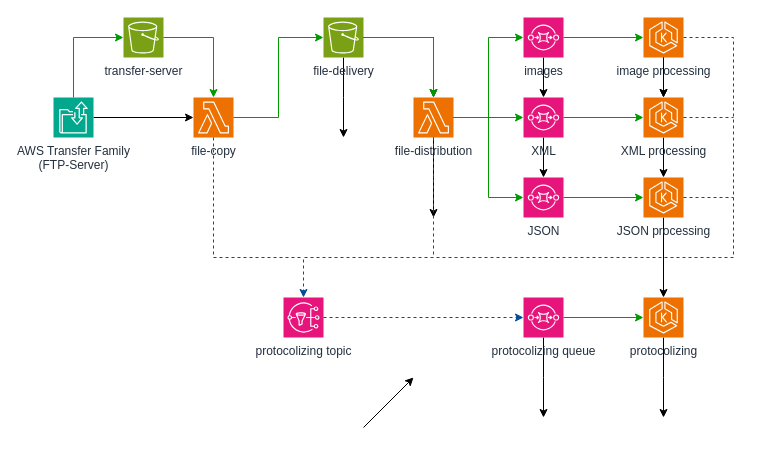
The draw.io diagram dist/samples/docker/img/example.drawio in jensvogt/awsmock, before the edit. Source tidied: cells renumbered, new cells numbered last; positions are measured from the earlier drawing's top-left corner, leaving out a move shared by most shapes. Both pictures are drawn from the tidied source at 100%, with x=0, y=0 at pixel (53, 17).
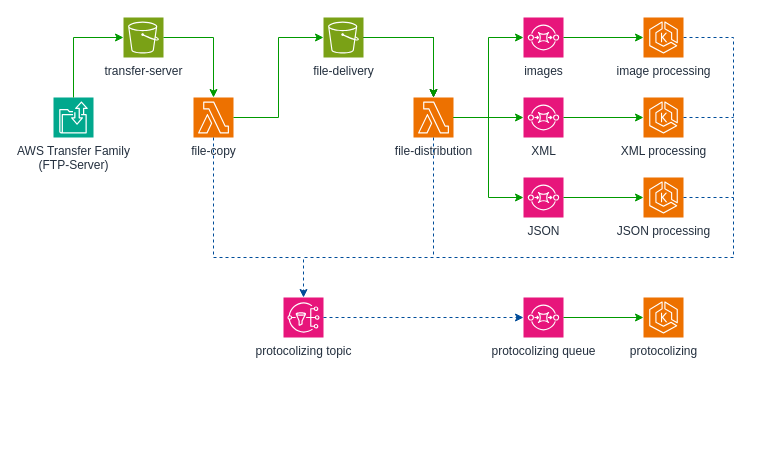
After the change.

Unchanged cells that the change refers to:
```xml
<mxCell id="6" value="AWS Transfer Family&lt;br&gt;(FTP-Server)" style="sketch=0;points=[[0,0,0],[0.25,0,0],[0.5,0,0],[0.75,0,0],[1,0,0],[0,1,0],[0.25,1,0],[0.5,1,0],[0.75,1,0],[1,1,0],[0,0.25,0],[0,0.5,0],[0,0.75,0],[1,0.25,0],[1,0.5,0],[1,0.75,0]];outlineConnect=0;fontColor=#232F3E;fillColor=#01A88D;strokeColor=#ffffff;dashed=0;verticalLabelPosition=bottom;verticalAlign=top;align=center;html=1;fontSize=12;fontStyle=0;shape=mxgraph.aws4.resourceIcon;resIcon=mxgraph.aws4.transfer_family;" parent="1" vertex="1">
  <mxGeometry y="80" width="40" height="40" as="geometry" />
</mxCell>
<mxCell id="7" value="file-copy" style="sketch=0;points=[[0,0,0],[0.25,0,0],[0.5,0,0],[0.75,0,0],[1,0,0],[0,1,0],[0.25,1,0],[0.5,1,0],[0.75,1,0],[1,1,0],[0,0.25,0],[0,0.5,0],[0,0.75,0],[1,0.25,0],[1,0.5,0],[1,0.75,0]];outlineConnect=0;fontColor=#232F3E;fillColor=#ED7100;strokeColor=#ffffff;dashed=0;verticalLabelPosition=bottom;verticalAlign=top;align=center;html=1;fontSize=12;fontStyle=0;shape=mxgraph.aws4.resourceIcon;resIcon=mxgraph.aws4.lambda;" parent="1" vertex="1">
  <mxGeometry x="140" y="80" width="40" height="40" as="geometry" />
</mxCell>
<mxCell id="12" value="file-delivery" style="sketch=0;points=[[0,0,0],[0.25,0,0],[0.5,0,0],[0.75,0,0],[1,0,0],[0,1,0],[0.25,1,0],[0.5,1,0],[0.75,1,0],[1,1,0],[0,0.25,0],[0,0.5,0],[0,0.75,0],[1,0.25,0],[1,0.5,0],[1,0.75,0]];outlineConnect=0;fontColor=#232F3E;fillColor=#7AA116;strokeColor=#ffffff;dashed=0;verticalLabelPosition=bottom;verticalAlign=top;align=center;html=1;fontSize=12;fontStyle=0;shape=mxgraph.aws4.resourceIcon;resIcon=mxgraph.aws4.s3;" parent="1" vertex="1">
  <mxGeometry x="270" width="40" height="40" as="geometry" />
</mxCell>
<mxCell id="15" value="file-distribution&lt;div&gt;&lt;br&gt;&lt;/div&gt;" style="sketch=0;points=[[0,0,0],[0.25,0,0],[0.5,0,0],[0.75,0,0],[1,0,0],[0,1,0],[0.25,1,0],[0.5,1,0],[0.75,1,0],[1,1,0],[0,0.25,0],[0,0.5,0],[0,0.75,0],[1,0.25,0],[1,0.5,0],[1,0.75,0]];outlineConnect=0;fontColor=#232F3E;fillColor=#ED7100;strokeColor=#ffffff;dashed=0;verticalLabelPosition=bottom;verticalAlign=top;align=center;html=1;fontSize=12;fontStyle=0;shape=mxgraph.aws4.resourceIcon;resIcon=mxgraph.aws4.lambda;" parent="1" vertex="1">
  <mxGeometry x="360" y="80" width="40" height="40" as="geometry" />
</mxCell>
<mxCell id="20" value="&lt;div&gt;images&lt;/div&gt;" style="sketch=0;points=[[0,0,0],[0.25,0,0],[0.5,0,0],[0.75,0,0],[1,0,0],[0,1,0],[0.25,1,0],[0.5,1,0],[0.75,1,0],[1,1,0],[0,0.25,0],[0,0.5,0],[0,0.75,0],[1,0.25,0],[1,0.5,0],[1,0.75,0]];outlineConnect=0;fontColor=#232F3E;fillColor=#E7157B;strokeColor=#ffffff;dashed=0;verticalLabelPosition=bottom;verticalAlign=top;align=center;html=1;fontSize=12;fontStyle=0;shape=mxgraph.aws4.resourceIcon;resIcon=mxgraph.aws4.sqs;" parent="1" vertex="1">
  <mxGeometry x="470" width="40" height="40" as="geometry" />
</mxCell>
<mxCell id="22" value="&lt;div&gt;XML&lt;/div&gt;" style="sketch=0;points=[[0,0,0],[0.25,0,0],[0.5,0,0],[0.75,0,0],[1,0,0],[0,1,0],[0.25,1,0],[0.5,1,0],[0.75,1,0],[1,1,0],[0,0.25,0],[0,0.5,0],[0,0.75,0],[1,0.25,0],[1,0.5,0],[1,0.75,0]];outlineConnect=0;fontColor=#232F3E;fillColor=#E7157B;strokeColor=#ffffff;dashed=0;verticalLabelPosition=bottom;verticalAlign=top;align=center;html=1;fontSize=12;fontStyle=0;shape=mxgraph.aws4.resourceIcon;resIcon=mxgraph.aws4.sqs;" parent="1" vertex="1">
  <mxGeometry x="470" y="80" width="40" height="40" as="geometry" />
</mxCell>
<mxCell id="23" value="&lt;div&gt;JSON&lt;/div&gt;&lt;div&gt;&lt;br&gt;&lt;/div&gt;" style="sketch=0;points=[[0,0,0],[0.25,0,0],[0.5,0,0],[0.75,0,0],[1,0,0],[0,1,0],[0.25,1,0],[0.5,1,0],[0.75,1,0],[1,1,0],[0,0.25,0],[0,0.5,0],[0,0.75,0],[1,0.25,0],[1,0.5,0],[1,0.75,0]];outlineConnect=0;fontColor=#232F3E;fillColor=#E7157B;strokeColor=#ffffff;dashed=0;verticalLabelPosition=bottom;verticalAlign=top;align=center;html=1;fontSize=12;fontStyle=0;shape=mxgraph.aws4.resourceIcon;resIcon=mxgraph.aws4.sqs;" parent="1" vertex="1">
  <mxGeometry x="470" y="160" width="40" height="40" as="geometry" />
</mxCell>
<mxCell id="28" value="image processing" style="sketch=0;points=[[0,0,0],[0.25,0,0],[0.5,0,0],[0.75,0,0],[1,0,0],[0,1,0],[0.25,1,0],[0.5,1,0],[0.75,1,0],[1,1,0],[0,0.25,0],[0,0.5,0],[0,0.75,0],[1,0.25,0],[1,0.5,0],[1,0.75,0]];outlineConnect=0;fontColor=#232F3E;fillColor=#ED7100;strokeColor=#ffffff;dashed=0;verticalLabelPosition=bottom;verticalAlign=top;align=center;html=1;fontSize=12;fontStyle=0;shape=mxgraph.aws4.resourceIcon;resIcon=mxgraph.aws4.eks;" parent="27" vertex="1">
  <mxGeometry width="40" height="40" as="geometry" />
</mxCell>
<mxCell id="30" value="XML processing" style="sketch=0;points=[[0,0,0],[0.25,0,0],[0.5,0,0],[0.75,0,0],[1,0,0],[0,1,0],[0.25,1,0],[0.5,1,0],[0.75,1,0],[1,1,0],[0,0.25,0],[0,0.5,0],[0,0.75,0],[1,0.25,0],[1,0.5,0],[1,0.75,0]];outlineConnect=0;fontColor=#232F3E;fillColor=#ED7100;strokeColor=#ffffff;dashed=0;verticalLabelPosition=bottom;verticalAlign=top;align=center;html=1;fontSize=12;fontStyle=0;shape=mxgraph.aws4.resourceIcon;resIcon=mxgraph.aws4.eks;" parent="1" vertex="1">
  <mxGeometry x="590" y="80" width="40" height="40" as="geometry" />
</mxCell>
<mxCell id="34" value="JSON processing&lt;div&gt;&lt;br&gt;&lt;/div&gt;" style="sketch=0;points=[[0,0,0],[0.25,0,0],[0.5,0,0],[0.75,0,0],[1,0,0],[0,1,0],[0.25,1,0],[0.5,1,0],[0.75,1,0],[1,1,0],[0,0.25,0],[0,0.5,0],[0,0.75,0],[1,0.25,0],[1,0.5,0],[1,0.75,0]];outlineConnect=0;fontColor=#232F3E;fillColor=#ED7100;strokeColor=#ffffff;dashed=0;verticalLabelPosition=bottom;verticalAlign=top;align=center;html=1;fontSize=12;fontStyle=0;shape=mxgraph.aws4.resourceIcon;resIcon=mxgraph.aws4.eks;" parent="1" vertex="1">
  <mxGeometry x="590" y="160" width="40" height="40" as="geometry" />
</mxCell>
<mxCell id="36" value="&lt;div&gt;protocolizing&lt;/div&gt;" style="sketch=0;points=[[0,0,0],[0.25,0,0],[0.5,0,0],[0.75,0,0],[1,0,0],[0,1,0],[0.25,1,0],[0.5,1,0],[0.75,1,0],[1,1,0],[0,0.25,0],[0,0.5,0],[0,0.75,0],[1,0.25,0],[1,0.5,0],[1,0.75,0]];outlineConnect=0;fontColor=#232F3E;fillColor=#ED7100;strokeColor=#ffffff;dashed=0;verticalLabelPosition=bottom;verticalAlign=top;align=center;html=1;fontSize=12;fontStyle=0;shape=mxgraph.aws4.resourceIcon;resIcon=mxgraph.aws4.eks;" parent="1" vertex="1">
  <mxGeometry x="590" y="280" width="40" height="40" as="geometry" />
</mxCell>
<mxCell id="45" value="&lt;div&gt;protocolizing queue&lt;/div&gt;" style="sketch=0;points=[[0,0,0],[0.25,0,0],[0.5,0,0],[0.75,0,0],[1,0,0],[0,1,0],[0.25,1,0],[0.5,1,0],[0.75,1,0],[1,1,0],[0,0.25,0],[0,0.5,0],[0,0.75,0],[1,0.25,0],[1,0.5,0],[1,0.75,0]];outlineConnect=0;fontColor=#232F3E;fillColor=#E7157B;strokeColor=#ffffff;dashed=0;verticalLabelPosition=bottom;verticalAlign=top;align=center;html=1;fontSize=12;fontStyle=0;shape=mxgraph.aws4.resourceIcon;resIcon=mxgraph.aws4.sqs;" parent="1" vertex="1">
  <mxGeometry x="470" y="280" width="40" height="40" as="geometry" />
</mxCell>
```

The edit, as a diff of the source:
```diff
@@
-    <mxCell id="5" style="edgeStyle=orthogonalEdgeStyle;rounded=0;jettySize=auto;html=1;" parent="1" edge="1" source="6" target="7">
-      <mxGeometry relative="1" as="geometry" />
-    </mxCell>
@@
-    <mxCell id="11" style="edgeStyle=orthogonalEdgeStyle;rounded=0;jettySize=auto;html=1;" parent="1" edge="1" source="12">
-      <mxGeometry relative="1" as="geometry">
-        <mxPoint x="290" y="120" as="targetPoint" />
-      </mxGeometry>
-    </mxCell>
@@
-    <mxCell id="14" style="edgeStyle=orthogonalEdgeStyle;rounded=0;jettySize=auto;html=1;" parent="1" edge="1" source="15">
-      <mxGeometry relative="1" as="geometry">
-        <mxPoint x="380" y="200" as="targetPoint" />
-      </mxGeometry>
-    </mxCell>
@@
-    <mxCell id="16" style="endArrow=classic;html=1;rounded=0;" parent="1" edge="1">
-      <mxGeometry relative="1" as="geometry">
-        <mxPoint x="310" y="410" as="sourcePoint" />
-        <mxPoint x="360" y="360" as="targetPoint" />
-      </mxGeometry>
-    </mxCell>
@@
-    <mxCell id="19" style="edgeStyle=orthogonalEdgeStyle;rounded=0;jettySize=auto;html=1;" parent="1" edge="1" source="20" target="22">
-      <mxGeometry relative="1" as="geometry" />
-    </mxCell>
@@
-    <mxCell id="21" style="edgeStyle=orthogonalEdgeStyle;rounded=0;jettySize=auto;html=1;" parent="1" edge="1" source="22" target="23">
-      <mxGeometry relative="1" as="geometry" />
-    </mxCell>
@@
-    <mxCell id="29" style="edgeStyle=orthogonalEdgeStyle;rounded=0;jettySize=auto;html=1;" parent="1" edge="1" source="30" target="34">
-      <mxGeometry relative="1" as="geometry" />
-    </mxCell>
@@
-    <mxCell id="31" style="edgeStyle=orthogonalEdgeStyle;rounded=0;jettySize=auto;html=1;" parent="1" edge="1" source="28" target="30">
-      <mxGeometry relative="1" as="geometry" />
-    </mxCell>
-    <mxCell id="32" style="edgeStyle=orthogonalEdgeStyle;rounded=0;jettySize=auto;html=1;" parent="1" edge="1" source="28" target="30">
-      <mxGeometry relative="1" as="geometry" />
-    </mxCell>
-    <mxCell id="33" style="edgeStyle=orthogonalEdgeStyle;rounded=0;jettySize=auto;html=1;" parent="1" edge="1" source="34" target="36">
-      <mxGeometry relative="1" as="geometry" />
-    </mxCell>
@@
-    <mxCell id="35" style="edgeStyle=orthogonalEdgeStyle;rounded=0;jettySize=auto;html=1;" parent="1" edge="1" source="36">
-      <mxGeometry relative="1" as="geometry">
-        <mxPoint x="610" y="400" as="targetPoint" />
-      </mxGeometry>
-    </mxCell>
@@
-    <mxCell id="42" style="endArrow=none;html=1;rounded=0;exitX=0.5;exitY=1;exitDx=0;exitDy=0;exitPerimeter=0;edgeStyle=orthogonalEdgeStyle;strokeColor=#004C99;dashed=1;endFill=0;" parent="1" edge="1" source="15">
-      <mxGeometry relative="1" as="geometry">
-        <mxPoint x="380" y="240" as="targetPoint" />
-      </mxGeometry>
-    </mxCell>
@@
-    <mxCell id="44" style="edgeStyle=orthogonalEdgeStyle;rounded=0;jettySize=auto;html=1;" parent="1" edge="1" source="45">
-      <mxGeometry relative="1" as="geometry">
-        <mxPoint x="490" y="400" as="targetPoint" />
-      </mxGeometry>
-    </mxCell>
@@
+    <mxCell id="49" style="endArrow=none;html=1;rounded=0;exitX=0.5;exitY=1;exitDx=0;exitDy=0;exitPerimeter=0;strokeColor=#004C99;dashed=1;endFill=0;" parent="1" edge="1" source="15">
+      <mxGeometry relative="1" as="geometry">
+        <mxPoint x="380" y="240" as="targetPoint" />
+      </mxGeometry>
+    </mxCell>
```
